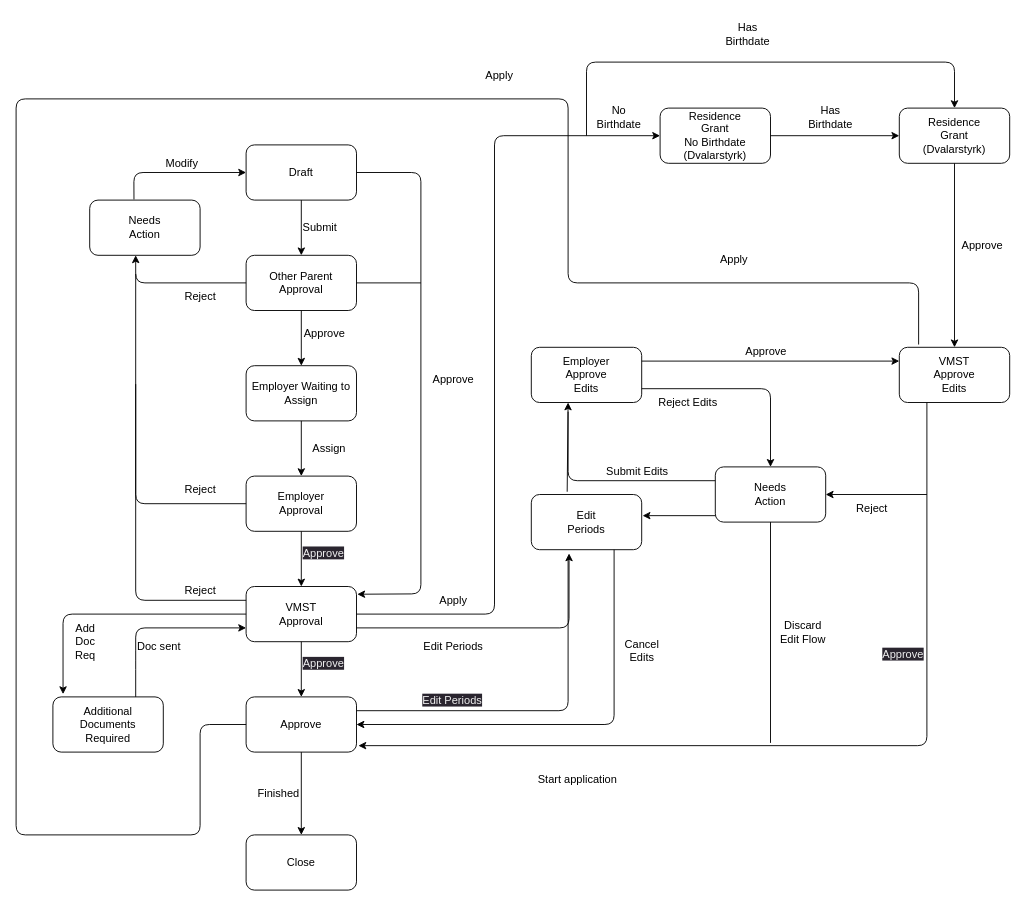
island-is/island.is keeps this draw.io diagram as libs/application/templates/parental-leave/assets/parental-leave-flow-chart.drawio. Above is the earlier version. Source tidied: cells renumbered, new cells numbered last; positions are measured from the earlier drawing's top-left corner, leaving out a move shared by most shapes. Both pictures are drawn from the tidied source at 92%, with x=0, y=0 at pixel (16, 16).
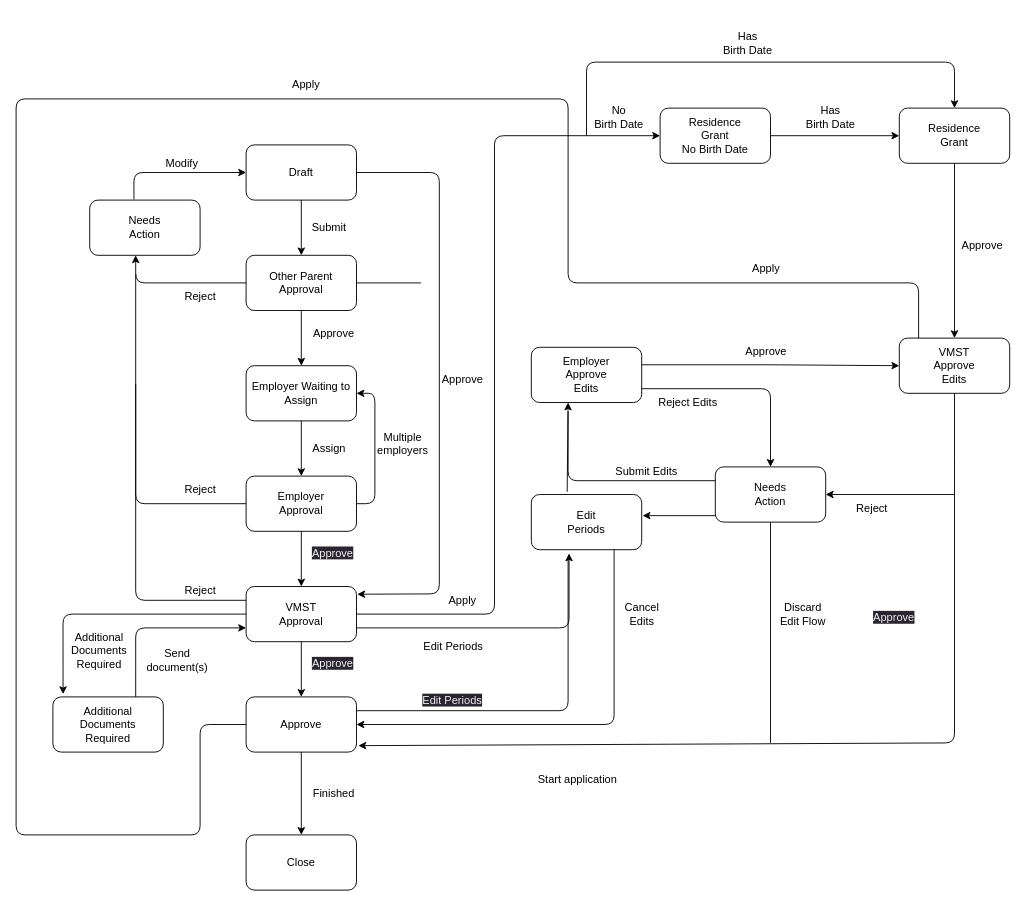
After the change.

The change refers to these unchanged cells:
```xml
<mxCell id="2" value="Draft" style="rounded=1;whiteSpace=wrap;html=1;" parent="1" vertex="1">
  <mxGeometry x="250" y="140" width="120" height="60" as="geometry" />
</mxCell>
<mxCell id="4" value="Employer Waiting to Assign" style="rounded=1;whiteSpace=wrap;html=1;" parent="1" vertex="1">
  <mxGeometry x="250" y="380" width="120" height="60" as="geometry" />
</mxCell>
<mxCell id="5" value="Employer&lt;br&gt;Approval" style="rounded=1;whiteSpace=wrap;html=1;" parent="1" vertex="1">
  <mxGeometry x="250" y="500" width="120" height="60" as="geometry" />
</mxCell>
<mxCell id="6" value="VMST&lt;br&gt;Approval" style="rounded=1;whiteSpace=wrap;html=1;" parent="1" vertex="1">
  <mxGeometry x="250" y="620" width="120" height="60" as="geometry" />
</mxCell>
<mxCell id="7" value="Approve" style="rounded=1;whiteSpace=wrap;html=1;" parent="1" vertex="1">
  <mxGeometry x="250" y="740" width="120" height="60" as="geometry" />
</mxCell>
<mxCell id="12" value="Employer&lt;br&gt;Approve&lt;br&gt;Edits" style="rounded=1;whiteSpace=wrap;html=1;" parent="1" vertex="1">
  <mxGeometry x="560" y="360" width="120" height="60" as="geometry" />
</mxCell>
<mxCell id="14" value="Needs&lt;br&gt;Action" style="rounded=1;whiteSpace=wrap;html=1;" parent="1" vertex="1">
  <mxGeometry x="760" y="490" width="120" height="60" as="geometry" />
</mxCell>
```

What changed in the source:
```diff
@@
+    <mxCell id="78" style="edgeStyle=none;html=1;exitX=1;exitY=0.5;exitDx=0;exitDy=0;entryX=1;entryY=0.5;entryDx=0;entryDy=0;" parent="1" edge="1" source="5" target="4">
+      <mxGeometry relative="1" as="geometry">
+        <Array as="points">
+          <mxPoint x="390" y="530" />
+          <mxPoint x="390" y="410" />
+        </Array>
+      </mxGeometry>
+    </mxCell>
@@
     <mxCell id="13" value="VMST&lt;br&gt;Approve&lt;br&gt;Edits" style="rounded=1;whiteSpace=wrap;html=1;" parent="1" vertex="1">
-      <mxGeometry x="960" y="360" width="120" height="60" as="geometry" />
+      <mxGeometry x="960" y="350" width="120" height="60" as="geometry" />
     </mxCell>
@@
-    <mxCell id="15" value="Residence&lt;br&gt;Grant&lt;br&gt;(Dvalarstyrk)" style="rounded=1;whiteSpace=wrap;html=1;" parent="1" vertex="1">
+    <mxCell id="15" value="Residence&lt;br&gt;Grant&lt;br&gt;" style="rounded=1;whiteSpace=wrap;html=1;" parent="1" vertex="1">
       <mxGeometry x="960" y="100" width="120" height="60" as="geometry" />
     </mxCell>
@@
     <mxCell id="25" style="endArrow=classic;html=1;exitX=1;exitY=0.5;exitDx=0;exitDy=0;entryX=1.007;entryY=0.14;entryDx=0;entryDy=0;entryPerimeter=0;" parent="1" edge="1" source="2" target="6">
       <mxGeometry relative="1" as="geometry">
         <Array as="points">
-          <mxPoint x="440" y="170" />
-          <mxPoint x="440" y="628" />
+          <mxPoint x="460" y="170" />
+          <mxPoint x="460" y="628" />
         </Array>
       </mxGeometry>
     </mxCell>
@@
-    <mxCell id="33" style="endArrow=classic;html=1;exitX=1;exitY=0.25;exitDx=0;exitDy=0;entryX=0;entryY=0.25;entryDx=0;entryDy=0;" parent="1" edge="1" source="12" target="13">
-      <mxGeometry relative="1" as="geometry" />
+    <mxCell id="33" style="endArrow=classic;html=1;entryX=0;entryY=0.5;entryDx=0;entryDy=0;" parent="1" edge="1" target="13">
+      <mxGeometry relative="1" as="geometry">
+        <mxPoint x="680" y="379" as="sourcePoint" />
+        <Array as="points">
+          <mxPoint x="820" y="379" />
+        </Array>
+      </mxGeometry>
     </mxCell>
@@
-    <mxCell id="37" style="endArrow=classic;html=1;entryX=1.017;entryY=0.883;entryDx=0;entryDy=0;entryPerimeter=0;exitX=0.25;exitY=1;exitDx=0;exitDy=0;" parent="1" edge="1" source="13" target="7">
+    <mxCell id="37" style="endArrow=classic;html=1;entryX=1.017;entryY=0.883;entryDx=0;entryDy=0;entryPerimeter=0;exitX=0.5;exitY=1;exitDx=0;exitDy=0;" parent="1" edge="1" source="13" target="7">
       <mxGeometry relative="1" as="geometry">
         <Array as="points">
-          <mxPoint x="990" y="793" />
+          <mxPoint x="1020" y="490" />
+          <mxPoint x="1020" y="790" />
         </Array>
       </mxGeometry>
     </mxCell>
     <mxCell id="38" style="endArrow=classic;html=1;entryX=1;entryY=0.5;entryDx=0;entryDy=0;" parent="1" edge="1" target="14">
       <mxGeometry relative="1" as="geometry">
-        <mxPoint x="990" y="520" as="sourcePoint" />
+        <mxPoint x="1020" y="520" as="sourcePoint" />
       </mxGeometry>
     </mxCell>
@@
     <mxCell id="45" value="Approve" style="text;html=1;align=center;verticalAlign=middle;strokeColor=none;fillColor=none;" parent="1" vertex="1">
-      <mxGeometry x="300" y="330" width="70" height="30" as="geometry" />
+      <mxGeometry x="310" y="330" width="70" height="30" as="geometry" />
     </mxCell>
     <mxCell id="46" value="Submit" style="text;html=1;align=center;verticalAlign=middle;strokeColor=none;fillColor=none;" parent="1" vertex="1">
-      <mxGeometry x="300" y="215" width="60" height="30" as="geometry" />
+      <mxGeometry x="310" y="215" width="60" height="30" as="geometry" />
     </mxCell>
     <mxCell id="47" value="&lt;span style=&quot;color: rgb(240, 240, 240); font-family: Helvetica; font-size: 12px; font-style: normal; font-variant-ligatures: normal; font-variant-caps: normal; font-weight: 400; letter-spacing: normal; orphans: 2; text-align: center; text-indent: 0px; text-transform: none; widows: 2; word-spacing: 0px; -webkit-text-stroke-width: 0px; background-color: rgb(42, 37, 47); text-decoration-thickness: initial; text-decoration-style: initial; text-decoration-color: initial; float: none; display: inline !important;&quot;&gt;Approve&lt;/span&gt;" style="text;whiteSpace=wrap;html=1;" parent="1" vertex="1">
-      <mxGeometry x="310" y="570" width="80" height="30" as="geometry" />
+      <mxGeometry x="320" y="570" width="80" height="30" as="geometry" />
     </mxCell>
     <mxCell id="48" value="&lt;span style=&quot;color: rgb(240, 240, 240); font-family: Helvetica; font-size: 12px; font-style: normal; font-variant-ligatures: normal; font-variant-caps: normal; font-weight: 400; letter-spacing: normal; orphans: 2; text-align: center; text-indent: 0px; text-transform: none; widows: 2; word-spacing: 0px; -webkit-text-stroke-width: 0px; background-color: rgb(42, 37, 47); text-decoration-thickness: initial; text-decoration-style: initial; text-decoration-color: initial; float: none; display: inline !important;&quot;&gt;Approve&lt;/span&gt;" style="text;whiteSpace=wrap;html=1;" parent="1" vertex="1">
-      <mxGeometry x="940" y="680" width="50" height="30" as="geometry" />
+      <mxGeometry x="930" y="640" width="50" height="30" as="geometry" />
     </mxCell>
     <mxCell id="49" value="&lt;span style=&quot;color: rgb(240, 240, 240); font-family: Helvetica; font-size: 12px; font-style: normal; font-variant-ligatures: normal; font-variant-caps: normal; font-weight: 400; letter-spacing: normal; orphans: 2; text-align: center; text-indent: 0px; text-transform: none; widows: 2; word-spacing: 0px; -webkit-text-stroke-width: 0px; background-color: rgb(42, 37, 47); text-decoration-thickness: initial; text-decoration-style: initial; text-decoration-color: initial; float: none; display: inline !important;&quot;&gt;Approve&lt;/span&gt;" style="text;whiteSpace=wrap;html=1;" parent="1" vertex="1">
-      <mxGeometry x="310" y="690" width="50" height="30" as="geometry" />
+      <mxGeometry x="320" y="690" width="50" height="30" as="geometry" />
     </mxCell>
     <mxCell id="50" value="Finished" style="text;html=1;align=center;verticalAlign=middle;strokeColor=none;fillColor=none;" parent="1" vertex="1">
-      <mxGeometry x="250" y="830" width="70" height="30" as="geometry" />
+      <mxGeometry x="310" y="830" width="70" height="30" as="geometry" />
     </mxCell>
@@
     <mxCell id="54" value="Discard&lt;br&gt;Edit Flow" style="text;html=1;align=center;verticalAlign=middle;strokeColor=none;fillColor=none;" parent="1" vertex="1">
-      <mxGeometry x="820" y="650" width="70" height="40" as="geometry" />
+      <mxGeometry x="820" y="630" width="70" height="40" as="geometry" />
     </mxCell>
     <mxCell id="55" value="Cancel&lt;br&gt;Edits" style="text;html=1;align=center;verticalAlign=middle;strokeColor=none;fillColor=none;" parent="1" vertex="1">
-      <mxGeometry x="650" y="670" width="60" height="40" as="geometry" />
+      <mxGeometry x="650" y="630" width="60" height="40" as="geometry" />
     </mxCell>
@@
     <mxCell id="57" value="Submit Edits" style="text;html=1;align=center;verticalAlign=middle;strokeColor=none;fillColor=none;" parent="1" vertex="1">
-      <mxGeometry x="630" y="480" width="90" height="30" as="geometry" />
+      <mxGeometry x="640" y="480" width="90" height="30" as="geometry" />
     </mxCell>
@@
     <mxCell id="60" value="Approve" style="text;html=1;align=center;verticalAlign=middle;strokeColor=none;fillColor=none;" parent="1" vertex="1">
-      <mxGeometry x="440" y="380" width="70" height="30" as="geometry" />
+      <mxGeometry x="450" y="380" width="70" height="30" as="geometry" />
     </mxCell>
-    <mxCell id="61" value="Add&lt;br&gt;Doc&lt;br&gt;Req" style="text;html=1;align=center;verticalAlign=middle;strokeColor=none;fillColor=none;" parent="1" vertex="1">
-      <mxGeometry x="50" y="650" width="50" height="60" as="geometry" />
+    <mxCell id="61" value="Additional&lt;br&gt;Documents&lt;br&gt;Required" style="text;html=1;align=center;verticalAlign=middle;strokeColor=none;fillColor=none;" parent="1" vertex="1">
+      <mxGeometry x="50" y="660" width="80" height="60" as="geometry" />
     </mxCell>
-    <mxCell id="62" value="Doc sent" style="text;html=1;align=center;verticalAlign=middle;strokeColor=none;fillColor=none;" parent="1" vertex="1">
-      <mxGeometry x="120" y="670" width="70" height="30" as="geometry" />
+    <mxCell id="62" value="Send &lt;br&gt;document(s)" style="text;html=1;align=center;verticalAlign=middle;strokeColor=none;fillColor=none;" parent="1" vertex="1">
+      <mxGeometry x="130" y="680" width="90" height="40" as="geometry" />
     </mxCell>
@@
-    <mxCell id="64" value="Residence&lt;br&gt;Grant&lt;br&gt;No Birthdate&lt;br&gt;(Dvalarstyrk)" style="rounded=1;whiteSpace=wrap;html=1;" parent="1" vertex="1">
+    <mxCell id="64" value="Residence&lt;br&gt;Grant&lt;br&gt;No Birth Date" style="rounded=1;whiteSpace=wrap;html=1;" parent="1" vertex="1">
       <mxGeometry x="700" y="100" width="120" height="60" as="geometry" />
     </mxCell>
@@
-    <mxCell id="68" style="endArrow=none;html=1;exitX=0.175;exitY=-0.05;exitDx=0;exitDy=0;exitPerimeter=0;" parent="1" edge="1" source="13">
+    <mxCell id="68" style="endArrow=none;html=1;" parent="1" edge="1">
       <mxGeometry relative="1" as="geometry">
+        <mxPoint x="981" y="350" as="sourcePoint" />
         <mxPoint x="600" y="130" as="targetPoint" />
         <Array as="points">
           <mxPoint x="981" y="290" />
           <mxPoint x="600" y="290" />
         </Array>
       </mxGeometry>
     </mxCell>
@@
-    <mxCell id="71" value="Has&lt;br&gt;Birthdate&lt;br&gt;" style="text;html=1;align=center;verticalAlign=middle;strokeColor=none;fillColor=none;" parent="1" vertex="1">
-      <mxGeometry x="760" width="70" height="40" as="geometry" />
+    <mxCell id="71" value="Has&lt;br&gt;Birth Date" style="text;html=1;align=center;verticalAlign=middle;strokeColor=none;fillColor=none;" parent="1" vertex="1">
+      <mxGeometry x="755" y="10" width="80" height="40" as="geometry" />
     </mxCell>
-    <mxCell id="72" value="Has&lt;br&gt;Birthdate&lt;br&gt;" style="text;html=1;align=center;verticalAlign=middle;strokeColor=none;fillColor=none;" parent="1" vertex="1">
-      <mxGeometry x="850" y="90" width="70" height="40" as="geometry" />
+    <mxCell id="72" value="Has&lt;br&gt;Birth Date" style="text;html=1;align=center;verticalAlign=middle;strokeColor=none;fillColor=none;" parent="1" vertex="1">
+      <mxGeometry x="845" y="90" width="80" height="40" as="geometry" />
     </mxCell>
@@
-    <mxCell id="74" value="No&lt;br&gt;Birthdate" style="text;html=1;align=center;verticalAlign=middle;strokeColor=none;fillColor=none;" parent="1" vertex="1">
-      <mxGeometry x="620" y="90" width="70" height="40" as="geometry" />
+    <mxCell id="74" value="No&lt;br&gt;Birth Date" style="text;html=1;align=center;verticalAlign=middle;strokeColor=none;fillColor=none;" parent="1" vertex="1">
+      <mxGeometry x="615" y="90" width="80" height="40" as="geometry" />
     </mxCell>
     <mxCell id="75" value="Apply" style="text;html=1;align=center;verticalAlign=middle;strokeColor=none;fillColor=none;" parent="1" vertex="1">
-      <mxGeometry x="755" y="250" width="50" height="30" as="geometry" />
+      <mxGeometry x="790" y="260" width="50" height="30" as="geometry" />
     </mxCell>
     <mxCell id="76" value="Apply" style="text;html=1;align=center;verticalAlign=middle;strokeColor=none;fillColor=none;" parent="1" vertex="1">
-      <mxGeometry x="450" y="620" width="50" height="30" as="geometry" />
+      <mxGeometry x="460" y="620" width="50" height="30" as="geometry" />
     </mxCell>
     <mxCell id="77" value="Apply" style="text;html=1;align=center;verticalAlign=middle;strokeColor=none;fillColor=none;" parent="1" vertex="1">
-      <mxGeometry x="500" y="50" width="50" height="30" as="geometry" />
+      <mxGeometry x="290" y="60" width="50" height="30" as="geometry" />
     </mxCell>
+    <mxCell id="79" value="Multiple&lt;br&gt;employers" style="text;html=1;align=center;verticalAlign=middle;strokeColor=none;fillColor=none;" parent="1" vertex="1">
+      <mxGeometry x="380" y="445" width="80" height="40" as="geometry" />
+    </mxCell>
```
